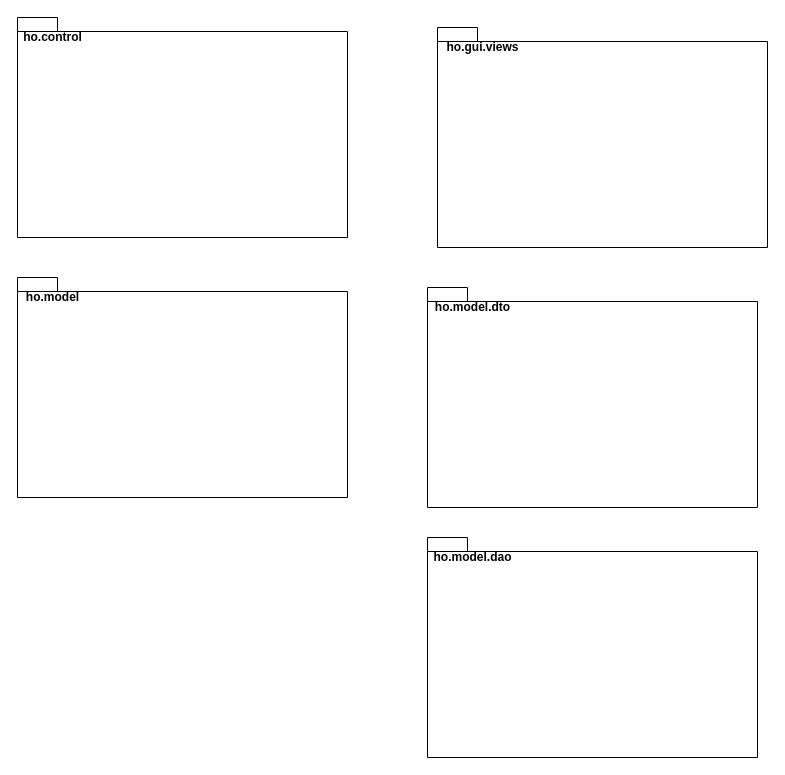
Earlier version of the draw.io diagram HO_Package_V1.drawio (dabels2s/studentOFHBRS). Source tidied: cells renumbered, new cells numbered last; positions are measured from the earlier drawing's top-left corner, leaving out a move shared by most shapes. Both pictures are drawn from the tidied source at 100%, with x=0, y=0 at pixel (17, 17).
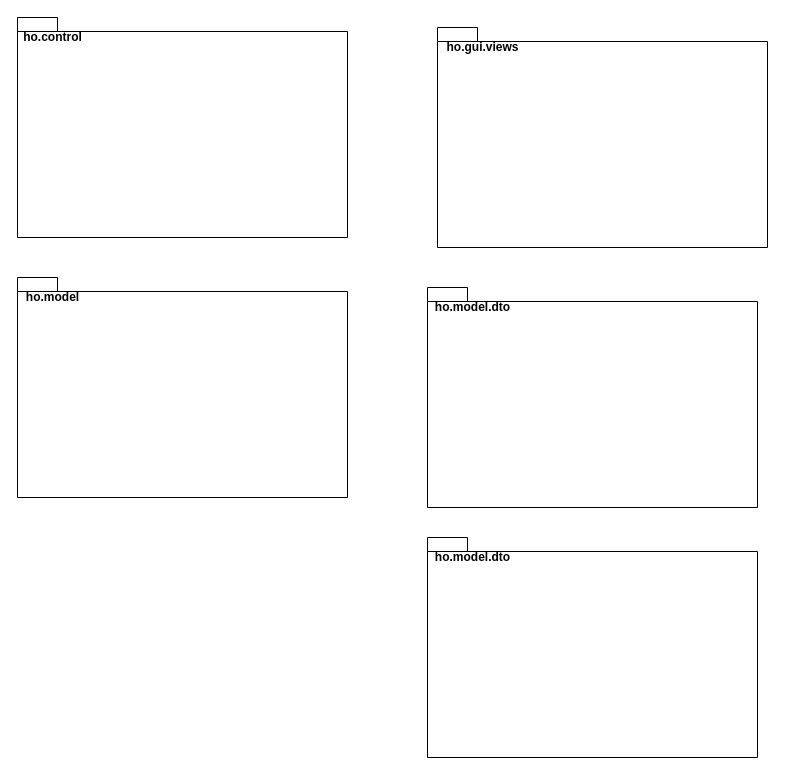
Above is the later version.

Diff of the diagram source:
```diff
@@
 <mxGraphModel>
   <root>
     <mxCell id="0" />
     <mxCell id="1" parent="0" />
     <mxCell id="2" style="shape=folder;fontStyle=1;spacingTop=10;tabWidth=40;tabHeight=14;tabPosition=left;html=1;" parent="1" vertex="1">
       <mxGeometry width="330" height="220" as="geometry" />
     </mxCell>
     <mxCell id="3" value="&lt;b&gt;ho.control&lt;/b&gt;" style="text;html=1;align=center;verticalAlign=middle;strokeColor=none;" parent="1" vertex="1">
       <mxGeometry y="10" width="70" height="20" as="geometry" />
     </mxCell>
     <mxCell id="4" style="shape=folder;fontStyle=1;spacingTop=10;tabWidth=40;tabHeight=14;tabPosition=left;html=1;" parent="1" vertex="1">
       <mxGeometry x="420" y="10" width="330" height="220" as="geometry" />
     </mxCell>
     <mxCell id="5" value="&lt;b&gt;ho.gui.views&lt;/b&gt;" style="text;html=1;align=center;verticalAlign=middle;strokeColor=none;" parent="1" vertex="1">
       <mxGeometry x="420" y="20" width="90" height="20" as="geometry" />
     </mxCell>
     <mxCell id="6" style="shape=folder;fontStyle=1;spacingTop=10;tabWidth=40;tabHeight=14;tabPosition=left;html=1;" parent="1" vertex="1">
       <mxGeometry y="260" width="330" height="220" as="geometry" />
     </mxCell>
     <mxCell id="7" value="&lt;b&gt;ho.model&lt;/b&gt;" style="text;html=1;align=center;verticalAlign=middle;strokeColor=none;" parent="1" vertex="1">
       <mxGeometry y="270" width="70" height="20" as="geometry" />
     </mxCell>
     <mxCell id="8" style="shape=folder;fontStyle=1;spacingTop=10;tabWidth=40;tabHeight=14;tabPosition=left;html=1;" parent="1" vertex="1">
       <mxGeometry x="410" y="270" width="330" height="220" as="geometry" />
     </mxCell>
     <mxCell id="9" value="&lt;b&gt;ho.model.dto&lt;/b&gt;" style="text;html=1;align=center;verticalAlign=middle;strokeColor=none;" parent="1" vertex="1">
       <mxGeometry x="410" y="280" width="90" height="20" as="geometry" />
     </mxCell>
     <mxCell id="10" style="shape=folder;fontStyle=1;spacingTop=10;tabWidth=40;tabHeight=14;tabPosition=left;html=1;" parent="1" vertex="1">
       <mxGeometry x="410" y="520" width="330" height="220" as="geometry" />
     </mxCell>
-    <mxCell id="11" value="&lt;b&gt;ho.model.dao&lt;/b&gt;" style="text;html=1;align=center;verticalAlign=middle;strokeColor=none;" parent="1" vertex="1">
+    <mxCell id="11" value="&lt;b&gt;ho.model.dto&lt;/b&gt;" style="text;html=1;align=center;verticalAlign=middle;strokeColor=none;" parent="1" vertex="1">
       <mxGeometry x="410" y="530" width="90" height="20" as="geometry" />
     </mxCell>
   </root>
 </mxGraphModel>
```
